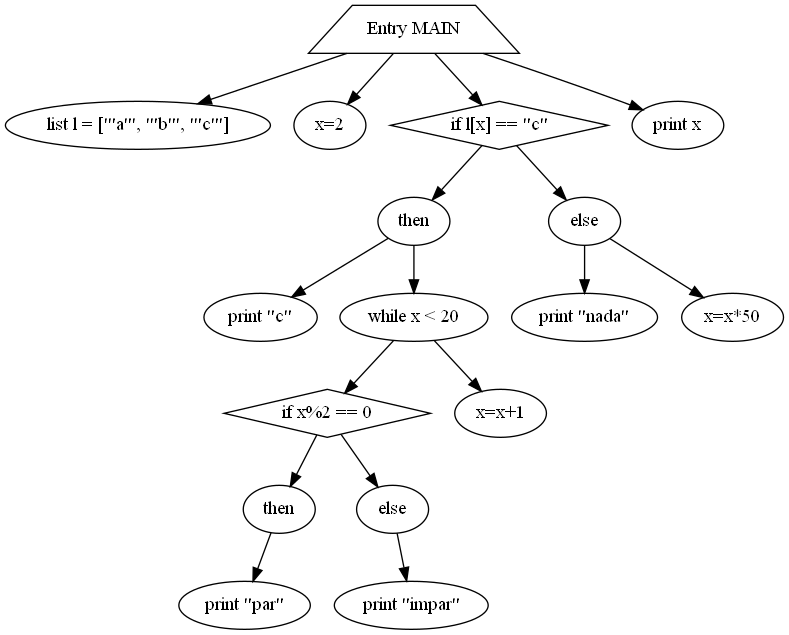
Earlier version of the Graphviz export TP3/sdg.png (joaoprp111/TP-EngenhariaGramatical-2022). Its source is kept beside it as TP3/sdg.dot.
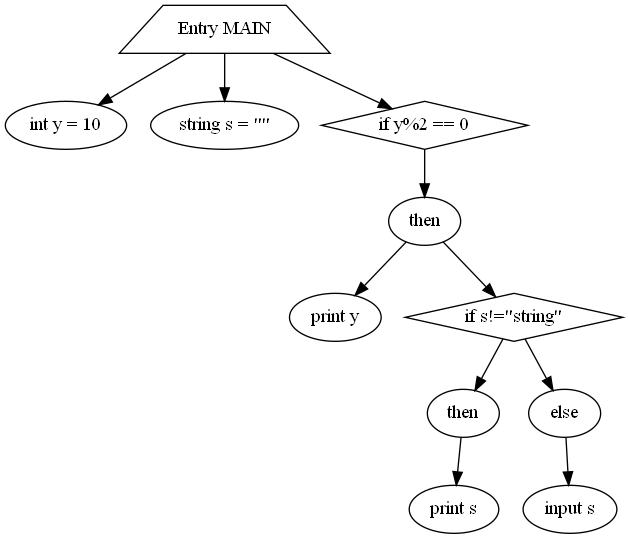
After the change.

Change to the diagram source:
```diff
@@ -1,35 +1,23 @@
 digraph sdg {
 	0 [label="Entry MAIN" shape=trapezium]
-	1 [label="list l = ['\"a\"', '\"b\"', '\"c\"']"]
+	1 [label="int y = 10"]
 	0 -> 1
-	2 [label="x=2"]
+	2 [label="string s = \"\""]
 	0 -> 2
-	3 [label="if l[x] == \"c\"" shape=diamond]
+	3 [label="if y%2 == 0" shape=diamond]
 	4 [label=then]
 	3 -> 4
-	5 [label="print \"c\""]
+	5 [label="print y"]
 	4 -> 5
-	6 [label="while x < 20"]
+	6 [label="if s!=\"string\"" shape=diamond]
+	7 [label=then]
+	6 -> 7
+	8 [label="print s"]
+	7 -> 8
+	9 [label=else]
+	6 -> 9
+	10 [label="input s"]
+	9 -> 10
 	4 -> 6
-	7 [label="if x%2 == 0" shape=diamond]
-	8 [label=then]
-	7 -> 8
-	9 [label="print \"par\""]
-	8 -> 9
-	10 [label=else]
-	7 -> 10
-	11 [label="print \"impar\""]
-	10 -> 11
-	6 -> 7
-	12 [label="x=x+1"]
-	6 -> 12
-	13 [label=else]
-	3 -> 13
-	14 [label="print \"nada\""]
-	13 -> 14
-	15 [label="x=x*50"]
-	13 -> 15
 	0 -> 3
-	16 [label="print x"]
-	0 -> 16
 }
```
